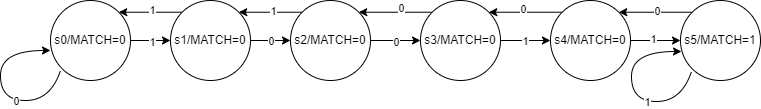
Before: advanced/fsm.png, a diagram exported from draw.io (rong-hash/chipgptv_img). Source tidied: cells renumbered, new cells last; positions are measured from the earlier drawing's top-left corner, leaving out a move shared by most shapes.
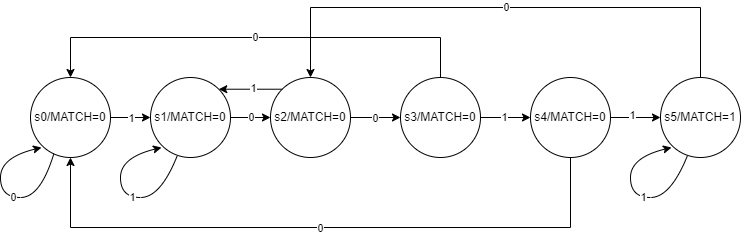
After the change.

What changed in the source:
```diff
@@ -19,12 +19,6 @@
         <mxPoint x="-3" y="-2" as="offset" />
       </mxGeometry>
     </mxCell>
-    <mxCell id="7" style="edgeStyle=orthogonalEdgeStyle;rounded=0;jettySize=auto;html=1;entryX=1;entryY=0;entryDx=0;entryDy=0;exitX=0;exitY=0;exitDx=0;exitDy=0;" parent="1" edge="1" source="9" target="4">
-      <mxGeometry relative="1" as="geometry" />
-    </mxCell>
-    <mxCell id="8" value="1" style="edgeLabel;html=1;align=center;verticalAlign=middle;" parent="7" vertex="1">
-      <mxGeometry x="-0.04" y="-2" relative="1" as="geometry" />
-    </mxCell>
     <mxCell id="9" value="s1/MATCH=0" style="ellipse;whiteSpace=wrap;html=1;" parent="1" vertex="1">
       <mxGeometry x="170" width="80" height="80" as="geometry" />
     </mxCell>
@@ -43,14 +37,17 @@
     <mxCell id="14" value="1" style="edgeLabel;html=1;align=center;verticalAlign=middle;" parent="13" vertex="1">
       <mxGeometry x="-0.05" relative="1" as="geometry" />
     </mxCell>
-    <mxCell id="15" style="edgeStyle=orthogonalEdgeStyle;rounded=0;jettySize=auto;html=1;entryX=1;entryY=0;entryDx=0;entryDy=0;exitX=0;exitY=0;exitDx=0;exitDy=0;" parent="1" edge="1" source="17" target="12">
-      <mxGeometry relative="1" as="geometry" />
-    </mxCell>
-    <mxCell id="16" value="0" style="edgeLabel;html=1;align=center;verticalAlign=middle;" parent="15" vertex="1">
-      <mxGeometry x="-0.16" y="-1" relative="1" as="geometry">
-        <mxPoint y="-3" as="offset" />
-      </mxGeometry>
-    </mxCell>
+    <mxCell id="32" style="edgeStyle=orthogonalEdgeStyle;rounded=0;jettySize=auto;html=1;entryX=0.5;entryY=0;entryDx=0;entryDy=0;" parent="1" edge="1" source="17" target="4">
+      <mxGeometry relative="1" as="geometry">
+        <Array as="points">
+          <mxPoint x="460" y="-40" />
+          <mxPoint x="90" y="-40" />
+        </Array>
+      </mxGeometry>
+    </mxCell>
+    <mxCell id="33" value="0" style="edgeLabel;html=1;align=center;verticalAlign=middle;" parent="32" vertex="1">
+      <mxGeometry relative="1" as="geometry" />
+    </mxCell>
     <mxCell id="17" value="s3/MATCH=0" style="ellipse;whiteSpace=wrap;html=1;" parent="1" vertex="1">
       <mxGeometry x="420" width="80" height="80" as="geometry" />
     </mxCell>
@@ -60,57 +57,87 @@
     <mxCell id="19" value="1" style="edgeLabel;html=1;align=center;verticalAlign=middle;" parent="18" vertex="1">
       <mxGeometry x="-0.12" y="2" relative="1" as="geometry" />
     </mxCell>
-    <mxCell id="20" style="edgeStyle=orthogonalEdgeStyle;rounded=0;jettySize=auto;html=1;exitX=0;exitY=0;exitDx=0;exitDy=0;entryX=1;entryY=0;entryDx=0;entryDy=0;" parent="1" edge="1" source="22" target="17">
-      <mxGeometry relative="1" as="geometry" />
-    </mxCell>
-    <mxCell id="21" value="0" style="edgeLabel;html=1;align=center;verticalAlign=middle;" parent="20" vertex="1">
-      <mxGeometry x="0.05" y="-3" relative="1" as="geometry" />
-    </mxCell>
+    <mxCell id="34" style="edgeStyle=orthogonalEdgeStyle;rounded=0;jettySize=auto;html=1;entryX=0.5;entryY=1;entryDx=0;entryDy=0;" parent="1" edge="1" source="22" target="4">
+      <mxGeometry relative="1" as="geometry">
+        <Array as="points">
+          <mxPoint x="590" y="150" />
+          <mxPoint x="90" y="150" />
+        </Array>
+      </mxGeometry>
+    </mxCell>
+    <mxCell id="35" value="0" style="edgeLabel;html=1;align=center;verticalAlign=middle;" parent="34" vertex="1">
+      <mxGeometry y="1" relative="1" as="geometry" />
+    </mxCell>
     <mxCell id="22" value="s4/MATCH=0" style="ellipse;whiteSpace=wrap;html=1;" parent="1" vertex="1">
       <mxGeometry x="550" width="80" height="80" as="geometry" />
     </mxCell>
-    <mxCell id="23" style="edgeStyle=orthogonalEdgeStyle;rounded=0;jettySize=auto;html=1;entryX=1;entryY=0;entryDx=0;entryDy=0;exitX=0;exitY=0;exitDx=0;exitDy=0;" parent="1" edge="1" source="25" target="22">
-      <mxGeometry relative="1" as="geometry" />
-    </mxCell>
-    <mxCell id="24" value="0" style="edgeLabel;html=1;align=center;verticalAlign=middle;" parent="23" vertex="1">
-      <mxGeometry x="-0.04" y="-1" relative="1" as="geometry" />
-    </mxCell>
+    <mxCell id="36" style="edgeStyle=orthogonalEdgeStyle;rounded=0;jettySize=auto;html=1;entryX=0.5;entryY=0;entryDx=0;entryDy=0;" parent="1" edge="1" source="25" target="12">
+      <mxGeometry relative="1" as="geometry">
+        <Array as="points">
+          <mxPoint x="720" y="-70" />
+          <mxPoint x="330" y="-70" />
+        </Array>
+      </mxGeometry>
+    </mxCell>
+    <mxCell id="37" value="0" style="edgeLabel;html=1;align=center;verticalAlign=middle;" parent="36" vertex="1">
+      <mxGeometry y="-2" relative="1" as="geometry">
+        <mxPoint y="2" as="offset" />
+      </mxGeometry>
+    </mxCell>
     <mxCell id="25" value="s5/MATCH=1" style="ellipse;whiteSpace=wrap;html=1;" parent="1" vertex="1">
       <mxGeometry x="680" width="80" height="80" as="geometry" />
     </mxCell>
-    <mxCell id="26" style="curved=1;endArrow=classic;html=1;rounded=0;" parent="1" edge="1">
-      <mxGeometry relative="1" as="geometry">
-        <mxPoint x="60" y="70" as="sourcePoint" />
-        <mxPoint x="50" y="50" as="targetPoint" />
-        <Array as="points">
-          <mxPoint x="50" y="100" />
-          <mxPoint y="100" />
-          <mxPoint y="50" />
-        </Array>
-      </mxGeometry>
-    </mxCell>
-    <mxCell id="27" value="0" style="edgeLabel;html=1;align=center;verticalAlign=middle;" parent="26" vertex="1">
-      <mxGeometry x="-0.27" relative="1" as="geometry" />
-    </mxCell>
     <mxCell id="28" style="edgeStyle=none;jettySize=auto;html=1;rounded=0;entryX=1;entryY=0;entryDx=0;entryDy=0;exitX=0;exitY=0;exitDx=0;exitDy=0;" parent="1" edge="1" source="12" target="9">
       <mxGeometry relative="1" as="geometry" />
     </mxCell>
     <mxCell id="29" value="1" style="edgeLabel;html=1;align=center;verticalAlign=middle;" parent="28" vertex="1">
       <mxGeometry x="-0.07" y="-1" relative="1" as="geometry" />
     </mxCell>
-    <mxCell id="30" style="curved=1;endArrow=classic;html=1;rounded=0;" parent="1" edge="1">
-      <mxGeometry relative="1" as="geometry">
-        <mxPoint x="691" y="71" as="sourcePoint" />
-        <mxPoint x="681" y="51" as="targetPoint" />
-        <Array as="points">
-          <mxPoint x="681" y="101" />
-          <mxPoint x="631" y="101" />
-          <mxPoint x="631" y="51" />
-        </Array>
-      </mxGeometry>
-    </mxCell>
-    <mxCell id="31" value="1" style="edgeLabel;html=1;align=center;verticalAlign=middle;" parent="30" vertex="1">
-      <mxGeometry x="-0.27" relative="1" as="geometry" />
-    </mxCell>
+    <mxCell id="38" style="curved=1;endArrow=classic;html=1;rounded=0;exitX=0.333;exitY=0.981;exitDx=0;exitDy=0;exitPerimeter=0;" parent="1" edge="1" source="9">
+      <mxGeometry relative="1" as="geometry">
+        <mxPoint x="181" y="70" as="targetPoint" />
+        <Array as="points">
+          <mxPoint x="180" y="120" />
+          <mxPoint x="140" y="120" />
+          <mxPoint x="140" y="80" />
+        </Array>
+      </mxGeometry>
+    </mxCell>
+    <mxCell id="39" value="1" style="edgeLabel;html=1;align=center;verticalAlign=middle;" parent="38" vertex="1">
+      <mxGeometry x="-0.27" relative="1" as="geometry">
+        <mxPoint x="-12" as="offset" />
+      </mxGeometry>
+    </mxCell>
+    <mxCell id="40" style="curved=1;endArrow=classic;html=1;rounded=0;exitX=0.293;exitY=0.949;exitDx=0;exitDy=0;exitPerimeter=0;" parent="1" edge="1" source="4">
+      <mxGeometry relative="1" as="geometry">
+        <mxPoint x="61" y="70" as="targetPoint" />
+        <Array as="points">
+          <mxPoint x="60" y="120" />
+          <mxPoint x="20" y="120" />
+          <mxPoint x="20" y="80" />
+        </Array>
+      </mxGeometry>
+    </mxCell>
+    <mxCell id="41" value="0" style="edgeLabel;html=1;align=center;verticalAlign=middle;" parent="40" vertex="1">
+      <mxGeometry x="-0.27" relative="1" as="geometry">
+        <mxPoint x="-12" as="offset" />
+      </mxGeometry>
+    </mxCell>
+    <mxCell id="42" style="curved=1;endArrow=classic;html=1;rounded=0;exitX=0.333;exitY=0.981;exitDx=0;exitDy=0;exitPerimeter=0;" parent="1" edge="1">
+      <mxGeometry relative="1" as="geometry">
+        <mxPoint x="707" y="78" as="sourcePoint" />
+        <mxPoint x="691" y="70" as="targetPoint" />
+        <Array as="points">
+          <mxPoint x="690" y="120" />
+          <mxPoint x="650" y="120" />
+          <mxPoint x="650" y="80" />
+        </Array>
+      </mxGeometry>
+    </mxCell>
+    <mxCell id="43" value="1" style="edgeLabel;html=1;align=center;verticalAlign=middle;" parent="42" vertex="1">
+      <mxGeometry x="-0.27" relative="1" as="geometry">
+        <mxPoint x="-12" as="offset" />
+      </mxGeometry>
+    </mxCell>
   </root>
 </mxGraphModel>
```
